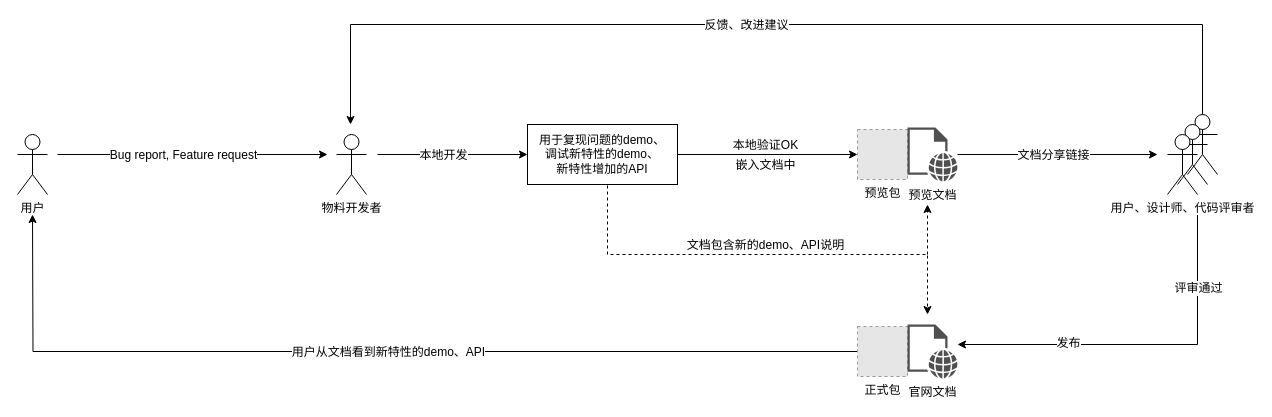
Before: dev-kit/docs/assets/feedback.drawio in aliyun/alibabacloud-console-components, a draw.io diagram. Source tidied: cells renumbered, new cells numbered last; positions are measured from the earlier drawing's top-left corner, leaving out a move shared by most shapes. Both pictures are drawn from the tidied source at 100%, with x=0, y=0 at pixel (17, 24). Pictures stored in the file or linked from it are replaced by grey dashed boxes.
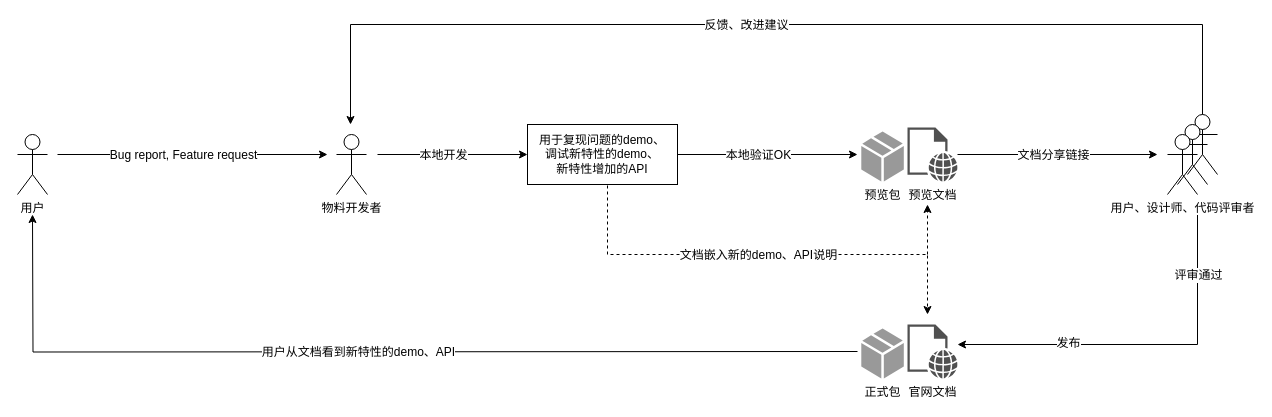
Above is the later version.

The change refers to these unchanged cells:
```xml
<mxCell id="8" style="edgeStyle=orthogonalEdgeStyle;rounded=0;jettySize=auto;html=1;" parent="1" edge="1" target="31">
  <mxGeometry relative="1" as="geometry">
    <mxPoint x="1180" y="180" as="sourcePoint" />
    <Array as="points">
      <mxPoint x="1180" y="320" />
    </Array>
  </mxGeometry>
</mxCell>
<mxCell id="18" value="预览文档" style="shadow=0;dashed=0;html=1;strokeColor=none;fillColor=#505050;labelPosition=center;verticalLabelPosition=bottom;verticalAlign=top;outlineConnect=0;align=center;shape=mxgraph.office.concepts.web_page;" parent="1" vertex="1">
  <mxGeometry x="890" y="103" width="50" height="54" as="geometry" />
</mxCell>
<mxCell id="20" style="edgeStyle=orthogonalEdgeStyle;rounded=0;jettySize=auto;html=1;exitX=0.5;exitY=1;exitDx=0;exitDy=0;dashed=1;" parent="1" edge="1" source="22">
  <mxGeometry relative="1" as="geometry">
    <mxPoint x="910" y="290" as="targetPoint" />
    <Array as="points">
      <mxPoint x="590" y="160" />
      <mxPoint x="590" y="230" />
      <mxPoint x="910" y="230" />
    </Array>
  </mxGeometry>
</mxCell>
<mxCell id="22" value="用于复现问题的demo、&lt;br&gt;调试新特性的demo、&lt;br&gt;新特性增加的API" style="rounded=0;whiteSpace=wrap;html=1;" parent="1" vertex="1">
  <mxGeometry x="510" y="100" width="150" height="60" as="geometry" />
</mxCell>
<mxCell id="31" value="官网文档" style="shadow=0;dashed=0;html=1;strokeColor=none;fillColor=#505050;labelPosition=center;verticalLabelPosition=bottom;verticalAlign=top;outlineConnect=0;align=center;shape=mxgraph.office.concepts.web_page;" parent="1" vertex="1">
  <mxGeometry x="890" y="300" width="50" height="54" as="geometry" />
</mxCell>
```

The edit, as a diff of the source:
```diff
@@
     <mxCell id="9" value="评审通过" style="text;html=1;align=center;verticalAlign=middle;labelBackgroundColor=#ffffff;" parent="8" vertex="1">
       <mxGeometry x="-0.47" y="-2" relative="1" as="geometry">
-        <mxPoint x="2" y="-17.1" as="offset" />
+        <mxPoint x="2" y="-31" as="offset" />
       </mxGeometry>
     </mxCell>
@@
-    <mxCell id="14" value="预览包" style="fillColor=#E6E6E6;strokeColor=#999999;dashed=1;html=1;verticalAlign=top;verticalLabelPosition=bottom;labelBackgroundColor=#ffffff;" parent="1" vertex="1">
-      <mxGeometry x="840" y="105" width="50" height="50" as="geometry" />
-    </mxCell>
@@
-    <mxCell id="19" style="endArrow=classic;html=1;exitX=1;exitY=0.5;exitDx=0;exitDy=0;" parent="1" edge="1" source="14" target="18">
-      <mxGeometry relative="1" as="geometry" />
+    <mxCell id="19" style="endArrow=classic;html=1;exitX=1;exitY=0.5;exitDx=0;exitDy=0;" parent="1" edge="1" target="18">
+      <mxGeometry relative="1" as="geometry">
+        <mxPoint x="890" y="130" as="sourcePoint" />
+      </mxGeometry>
     </mxCell>
@@
-    <mxCell id="21" value="文档包含新的demo、API说明" style="text;html=1;align=center;verticalAlign=middle;labelBackgroundColor=#ffffff;" parent="20" vertex="1">
+    <mxCell id="21" value="文档嵌入新的demo、API说明" style="text;html=1;align=center;verticalAlign=middle;labelBackgroundColor=#ffffff;" parent="20" vertex="1">
       <mxGeometry x="-0.3" y="-1" relative="1" as="geometry">
-        <mxPoint x="73.2" y="-11" as="offset" />
+        <mxPoint x="66" y="-1" as="offset" />
       </mxGeometry>
     </mxCell>
@@
-    <mxCell id="25" style="endArrow=classic;html=1;exitX=1;exitY=0.5;exitDx=0;exitDy=0;" parent="1" edge="1" source="22" target="14">
-      <mxGeometry relative="1" as="geometry" />
+    <mxCell id="25" style="endArrow=classic;html=1;exitX=1;exitY=0.5;exitDx=0;exitDy=0;" parent="1" edge="1" source="22">
+      <mxGeometry relative="1" as="geometry">
+        <mxPoint x="840" y="130" as="targetPoint" />
+      </mxGeometry>
     </mxCell>
     <mxCell id="26" value="本地验证OK" style="text;html=1;align=center;verticalAlign=middle;labelBackgroundColor=#ffffff;" parent="25" vertex="1">
       <mxGeometry x="-0.29" y="1" relative="1" as="geometry">
-        <mxPoint x="23.5" y="-9" as="offset" />
+        <mxPoint x="16" y="1" as="offset" />
       </mxGeometry>
     </mxCell>
-    <mxCell id="27" value="嵌入文档中" style="text;html=1;align=center;verticalAlign=middle;labelBackgroundColor=#ffffff;" parent="25" vertex="1">
-      <mxGeometry x="-0.16" y="1" relative="1" as="geometry">
-        <mxPoint x="11.7" y="11" as="offset" />
-      </mxGeometry>
-    </mxCell>
-    <mxCell id="28" style="edgeStyle=orthogonalEdgeStyle;rounded=0;jettySize=auto;html=1;exitX=0;exitY=0.5;exitDx=0;exitDy=0;" parent="1" edge="1" source="30">
+    <mxCell id="28" style="edgeStyle=orthogonalEdgeStyle;rounded=0;orthogonalLoop=1;jettySize=auto;html=1;exitX=0;exitY=0.5;exitDx=0;exitDy=0;" parent="1" edge="1">
       <mxGeometry relative="1" as="geometry">
+        <mxPoint x="840" y="327" as="sourcePoint" />
         <mxPoint x="15" y="190" as="targetPoint" />
       </mxGeometry>
     </mxCell>
     <mxCell id="29" value="用户从文档看到新特性的demo、API" style="text;html=1;align=center;verticalAlign=middle;labelBackgroundColor=#ffffff;" parent="28" vertex="1">
       <mxGeometry x="0.14" relative="1" as="geometry">
-        <mxPoint x="78.2" as="offset" />
+        <mxPoint x="48" as="offset" />
       </mxGeometry>
     </mxCell>
-    <mxCell id="30" value="正式包" style="fillColor=#E6E6E6;strokeColor=#999999;dashed=1;html=1;verticalAlign=top;verticalLabelPosition=bottom;labelBackgroundColor=#ffffff;" parent="1" vertex="1">
-      <mxGeometry x="840" y="302" width="50" height="50" as="geometry" />
-    </mxCell>
@@
-    <mxCell id="32" style="endArrow=classic;html=1;exitX=1;exitY=0.5;exitDx=0;exitDy=0;" parent="1" edge="1" source="30" target="31">
-      <mxGeometry relative="1" as="geometry" />
+    <mxCell id="32" style="endArrow=classic;html=1;exitX=1;exitY=0.5;exitDx=0;exitDy=0;" parent="1" edge="1" target="31">
+      <mxGeometry relative="1" as="geometry">
+        <mxPoint x="890" y="327" as="sourcePoint" />
+      </mxGeometry>
     </mxCell>
+    <mxCell id="14" value="预览包" style="verticalLabelPosition=bottom;html=1;verticalAlign=top;align=center;strokeColor=none;fillColor=#999999;shape=mxgraph.azure.cloud_service_package_file;" parent="1" vertex="1">
+      <mxGeometry x="843.8" y="107" width="42.5" height="50" as="geometry" />
+    </mxCell>
+    <mxCell id="30" value="正式包" style="verticalLabelPosition=bottom;html=1;verticalAlign=top;align=center;strokeColor=none;fillColor=#999999;shape=mxgraph.azure.cloud_service_package_file;" parent="1" vertex="1">
+      <mxGeometry x="843.8" y="304" width="42.5" height="50" as="geometry" />
+    </mxCell>
```
